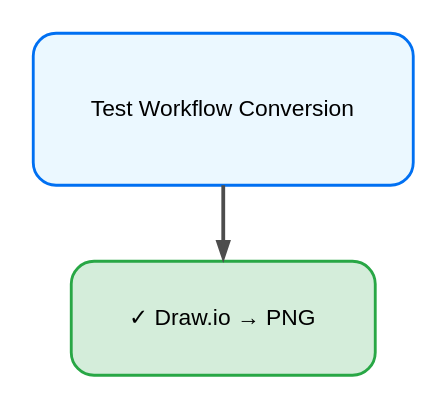
This is drawio_files/test_conversion.drawio from frostaag/diagrams-v3, a draw.io file, before an edit. Source tidied: cells renumbered, new cells numbered last; positions are measured from the earlier drawing's top-left corner, leaving out a move shared by most shapes. Both pictures are drawn from the tidied source at 190%, with x=0, y=0 at pixel (32, 32).
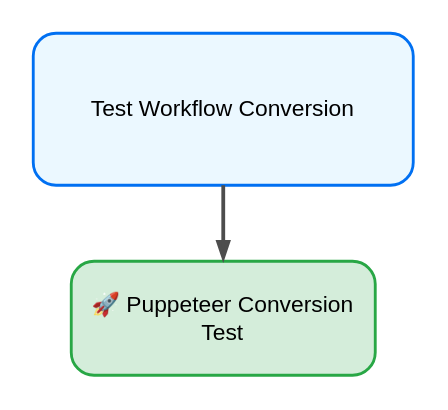
After the change.

Commit message:
Test Puppeteer-based draw.io conversion workflow

The edit, as a diff of the source:
```diff
@@
 <mxGraphModel>
   <root>
     <mxCell id="0" />
     <mxCell id="1" parent="0" />
     <mxCell id="2" value="Test Workflow Conversion" style="rounded=1;whiteSpace=wrap;html=1;strokeColor=#0070F2;fillColor=#EBF8FF;arcSize=24;absoluteArcSize=1;strokeWidth=1.5;" parent="1" vertex="1">
       <mxGeometry width="200" height="80" as="geometry" />
     </mxCell>
-    <mxCell id="3" value="✓ Draw.io → PNG" style="rounded=1;whiteSpace=wrap;html=1;strokeColor=#28a745;fillColor=#d4edda;arcSize=24;absoluteArcSize=1;strokeWidth=1.5;" parent="1" vertex="1">
+    <mxCell id="3" value="🚀 Puppeteer Conversion Test" style="rounded=1;whiteSpace=wrap;html=1;strokeColor=#28a745;fillColor=#d4edda;arcSize=24;absoluteArcSize=1;strokeWidth=1.5;" parent="1" vertex="1">
       <mxGeometry x="20" y="120" width="160" height="60" as="geometry" />
     </mxCell>
     <mxCell id="4" style="endArrow=blockThin;html=1;strokeColor=#4D4D4D;strokeWidth=2;exitX=0.5;exitY=1;exitDx=0;exitDy=0;entryX=0.5;entryY=0;entryDx=0;entryDy=0;" parent="1" edge="1" source="2" target="3">
       <mxGeometry relative="1" as="geometry" />
     </mxCell>
   </root>
 </mxGraphModel>
```
